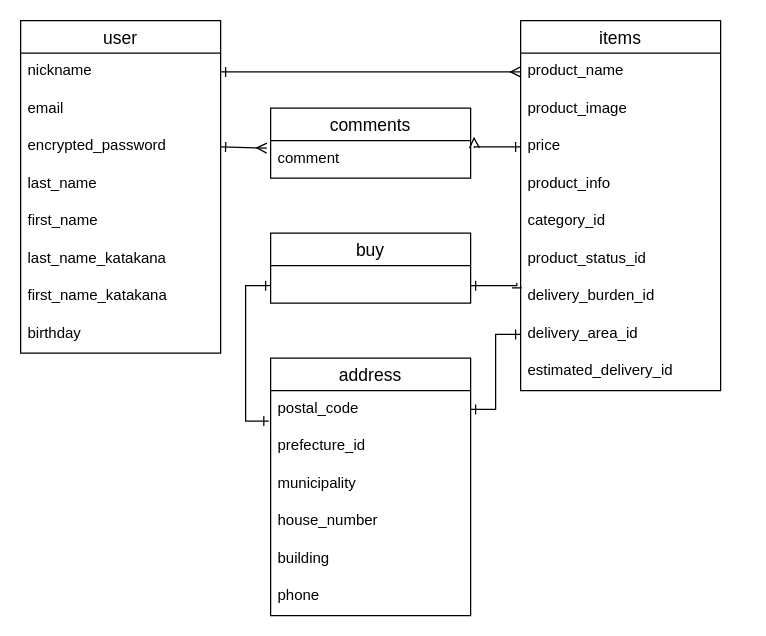
Earlier version of the draw.io diagram ER.dio (kai3tctm/furima-33410). Source tidied: cells renumbered, new cells numbered last; positions are measured from the earlier drawing's top-left corner, leaving out a move shared by most shapes. Both pictures are drawn from the tidied source at 125%, with x=0, y=0 at pixel (20, 20).
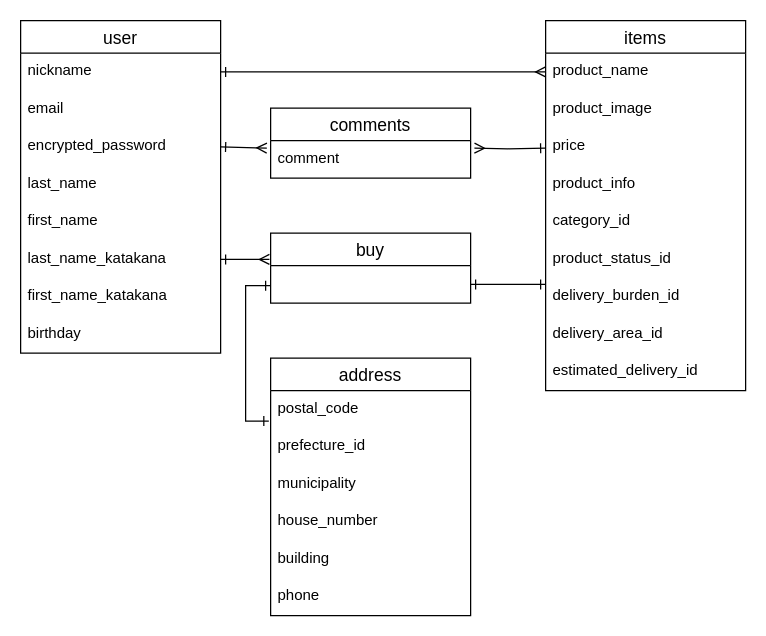
The same diagram, later.

The change refers to these unchanged cells:
```xml
<mxCell id="8" value="last_name_katakana" style="text;strokeColor=none;fillColor=none;spacingLeft=4;spacingRight=4;overflow=hidden;points=[[0,0.5],[1,0.5]];portConstraint=eastwest;fontSize=12;" parent="2" vertex="1">
  <mxGeometry y="176" width="160" height="30" as="geometry" />
</mxCell>
<mxCell id="14" value="price" style="text;strokeColor=none;fillColor=none;spacingLeft=4;spacingRight=4;overflow=hidden;points=[[0,0.5],[1,0.5]];portConstraint=eastwest;fontSize=12;" parent="11" vertex="1">
  <mxGeometry y="86" width="160" height="30" as="geometry" />
</mxCell>
<mxCell id="18" value="delivery_burden_id" style="text;strokeColor=none;fillColor=none;spacingLeft=4;spacingRight=4;overflow=hidden;points=[[0,0.5],[1,0.5]];portConstraint=eastwest;fontSize=12;" parent="11" vertex="1">
  <mxGeometry y="206" width="160" height="30" as="geometry" />
</mxCell>
<mxCell id="19" value="delivery_area_id" style="text;strokeColor=none;fillColor=none;spacingLeft=4;spacingRight=4;overflow=hidden;points=[[0,0.5],[1,0.5]];portConstraint=eastwest;fontSize=12;" parent="11" vertex="1">
  <mxGeometry y="236" width="160" height="30" as="geometry" />
</mxCell>
<mxCell id="22" value="comment" style="text;strokeColor=none;fillColor=none;spacingLeft=4;spacingRight=4;overflow=hidden;points=[[0,0.5],[1,0.5]];portConstraint=eastwest;fontSize=12;" parent="21" vertex="1">
  <mxGeometry y="26" width="160" height="30" as="geometry" />
</mxCell>
<mxCell id="24" value="postal_code" style="text;strokeColor=none;fillColor=none;spacingLeft=4;spacingRight=4;overflow=hidden;points=[[0,0.5],[1,0.5]];portConstraint=eastwest;fontSize=12;" parent="23" vertex="1">
  <mxGeometry y="26" width="160" height="30" as="geometry" />
</mxCell>
<mxCell id="35" value="buy" style="swimlane;fontStyle=0;horizontal=1;startSize=26;align=center;fontSize=14;" parent="1" vertex="1">
  <mxGeometry x="200" y="170" width="160" height="56" as="geometry" />
</mxCell>
```

Change to the diagram source:
```diff
@@
     <mxCell id="11" value="items" style="swimlane;fontStyle=0;horizontal=1;startSize=26;align=center;fontSize=14;" parent="1" vertex="1">
-      <mxGeometry x="400" width="160" height="296" as="geometry" />
+      <mxGeometry x="420" width="160" height="296" as="geometry" />
     </mxCell>
@@
-    <mxCell id="32" style="edgeStyle=orthogonalEdgeStyle;rounded=0;jettySize=auto;html=1;exitX=0;exitY=0.5;exitDx=0;exitDy=0;entryX=1.019;entryY=0.2;entryDx=0;entryDy=0;entryPerimeter=0;startArrow=ERone;startFill=0;endArrow=ERmany;endFill=0;" parent="1" edge="1" source="14" target="22">
-      <mxGeometry relative="1" as="geometry" />
+    <mxCell id="32" style="edgeStyle=orthogonalEdgeStyle;rounded=0;jettySize=auto;html=1;entryX=1.019;entryY=0.2;entryDx=0;entryDy=0;entryPerimeter=0;startArrow=ERone;startFill=0;endArrow=ERmany;endFill=0;" parent="1" edge="1" target="22">
+      <mxGeometry relative="1" as="geometry">
+        <mxPoint x="420" y="102" as="sourcePoint" />
+      </mxGeometry>
     </mxCell>
@@
-    <mxCell id="34" style="edgeStyle=orthogonalEdgeStyle;rounded=0;jettySize=auto;html=1;exitX=1;exitY=0.75;exitDx=0;exitDy=0;entryX=-0.019;entryY=0.127;entryDx=0;entryDy=0;entryPerimeter=0;startArrow=ERone;startFill=0;endArrow=ERone;endFill=0;" parent="1" edge="1" source="35" target="18">
-      <mxGeometry relative="1" as="geometry" />
+    <mxCell id="34" style="rounded=0;jettySize=auto;html=1;startArrow=ERone;startFill=0;endArrow=ERone;endFill=0;entryX=0;entryY=0.167;entryDx=0;entryDy=0;entryPerimeter=0;" parent="1" edge="1" target="18">
+      <mxGeometry relative="1" as="geometry">
+        <mxPoint x="360" y="211" as="sourcePoint" />
+      </mxGeometry>
     </mxCell>
@@
-    <mxCell id="36" style="edgeStyle=orthogonalEdgeStyle;rounded=0;jettySize=auto;html=1;exitX=0;exitY=0.5;exitDx=0;exitDy=0;entryX=1;entryY=0.5;entryDx=0;entryDy=0;startArrow=ERone;startFill=0;endArrow=ERone;endFill=0;" parent="1" edge="1" source="19" target="24">
-      <mxGeometry relative="1" as="geometry" />
-    </mxCell>
+    <mxCell id="37" style="edgeStyle=orthogonalEdgeStyle;rounded=0;jettySize=auto;html=1;exitX=1;exitY=0.5;exitDx=0;exitDy=0;entryX=-0.006;entryY=0.375;entryDx=0;entryDy=0;entryPerimeter=0;startArrow=ERone;startFill=0;endArrow=ERmany;endFill=0;" parent="1" edge="1" source="8" target="35">
+      <mxGeometry relative="1" as="geometry" />
+    </mxCell>
```
